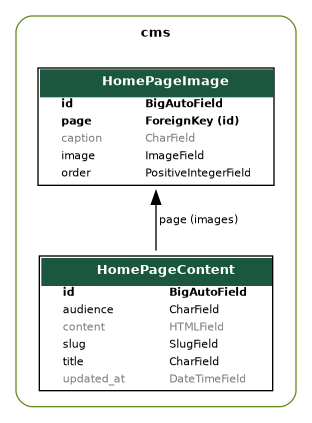
Above: cms/docs/cms.png in pietbarber/Manage2Soar (Graphviz), before the change. Its source is kept beside it as cms/docs/cms.dot.
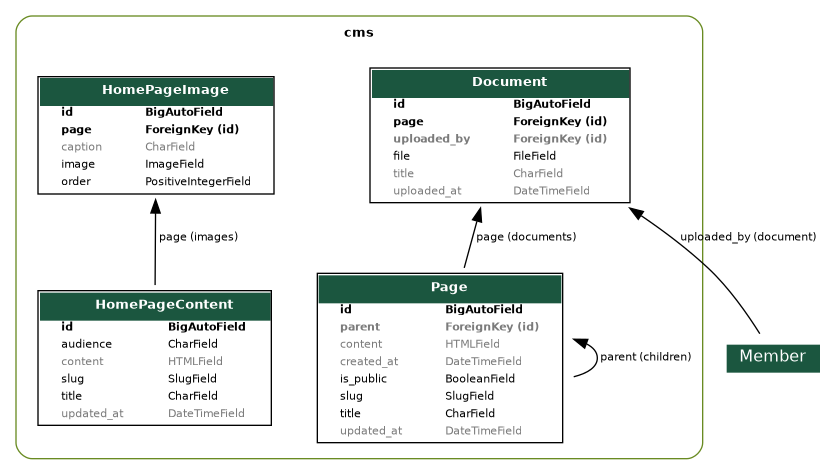
After the change.

Change to the diagram source:
```diff
@@ -29,6 +29,138 @@
           >
     color=olivedrab4
     style="rounded"
+
+    cms_models_Page [label=<
+      <TABLE BGCOLOR="white" BORDER="1" CELLBORDER="0" CELLSPACING="0">
+      <TR><TD COLSPAN="2" CELLPADDING="5" ALIGN="CENTER" BGCOLOR="#1b563f">
+      <FONT FACE="Roboto" COLOR="white" POINT-SIZE="10"><B>
+      Page
+      </B></FONT></TD></TR>
+
+
+      <TR><TD ALIGN="LEFT" BORDER="0">
+      <FONT FACE="Roboto"><B>id</B></FONT>
+      </TD><TD ALIGN="LEFT">
+      <FONT FACE="Roboto"><B>BigAutoField</B></FONT>
+      </TD></TR>
+
+
+
+      <TR><TD ALIGN="LEFT" BORDER="0">
+      <FONT COLOR="#7B7B7B" FACE="Roboto"><B>parent</B></FONT>
+      </TD><TD ALIGN="LEFT">
+      <FONT COLOR="#7B7B7B" FACE="Roboto"><B>ForeignKey (id)</B></FONT>
+      </TD></TR>
+
+
+
+      <TR><TD ALIGN="LEFT" BORDER="0">
+      <FONT COLOR="#7B7B7B" FACE="Roboto">content</FONT>
+      </TD><TD ALIGN="LEFT">
+      <FONT COLOR="#7B7B7B" FACE="Roboto">HTMLField</FONT>
+      </TD></TR>
+
+
+
+      <TR><TD ALIGN="LEFT" BORDER="0">
+      <FONT COLOR="#7B7B7B" FACE="Roboto">created_at</FONT>
+      </TD><TD ALIGN="LEFT">
+      <FONT COLOR="#7B7B7B" FACE="Roboto">DateTimeField</FONT>
+      </TD></TR>
+
+
+
+      <TR><TD ALIGN="LEFT" BORDER="0">
+      <FONT FACE="Roboto">is_public</FONT>
+      </TD><TD ALIGN="LEFT">
+      <FONT FACE="Roboto">BooleanField</FONT>
+      </TD></TR>
+
+
+
+      <TR><TD ALIGN="LEFT" BORDER="0">
+      <FONT FACE="Roboto">slug</FONT>
+      </TD><TD ALIGN="LEFT">
+      <FONT FACE="Roboto">SlugField</FONT>
+      </TD></TR>
+
+
+
+      <TR><TD ALIGN="LEFT" BORDER="0">
+      <FONT FACE="Roboto">title</FONT>
+      </TD><TD ALIGN="LEFT">
+      <FONT FACE="Roboto">CharField</FONT>
+      </TD></TR>
+
+
+
+      <TR><TD ALIGN="LEFT" BORDER="0">
+      <FONT COLOR="#7B7B7B" FACE="Roboto">updated_at</FONT>
+      </TD><TD ALIGN="LEFT">
+      <FONT COLOR="#7B7B7B" FACE="Roboto">DateTimeField</FONT>
+      </TD></TR>
+
+
+      </TABLE>
+      >]
+
+    cms_models_Document [label=<
+      <TABLE BGCOLOR="white" BORDER="1" CELLBORDER="0" CELLSPACING="0">
+      <TR><TD COLSPAN="2" CELLPADDING="5" ALIGN="CENTER" BGCOLOR="#1b563f">
+      <FONT FACE="Roboto" COLOR="white" POINT-SIZE="10"><B>
+      Document
+      </B></FONT></TD></TR>
+
+
+      <TR><TD ALIGN="LEFT" BORDER="0">
+      <FONT FACE="Roboto"><B>id</B></FONT>
+      </TD><TD ALIGN="LEFT">
+      <FONT FACE="Roboto"><B>BigAutoField</B></FONT>
+      </TD></TR>
+
+
+
+      <TR><TD ALIGN="LEFT" BORDER="0">
+      <FONT FACE="Roboto"><B>page</B></FONT>
+      </TD><TD ALIGN="LEFT">
+      <FONT FACE="Roboto"><B>ForeignKey (id)</B></FONT>
+      </TD></TR>
+
+
+
+      <TR><TD ALIGN="LEFT" BORDER="0">
+      <FONT COLOR="#7B7B7B" FACE="Roboto"><B>uploaded_by</B></FONT>
+      </TD><TD ALIGN="LEFT">
+      <FONT COLOR="#7B7B7B" FACE="Roboto"><B>ForeignKey (id)</B></FONT>
+      </TD></TR>
+
+
+
+      <TR><TD ALIGN="LEFT" BORDER="0">
+      <FONT FACE="Roboto">file</FONT>
+      </TD><TD ALIGN="LEFT">
+      <FONT FACE="Roboto">FileField</FONT>
+      </TD></TR>
+
+
+
+      <TR><TD ALIGN="LEFT" BORDER="0">
+      <FONT COLOR="#7B7B7B" FACE="Roboto">title</FONT>
+      </TD><TD ALIGN="LEFT">
+      <FONT COLOR="#7B7B7B" FACE="Roboto">CharField</FONT>
+      </TD></TR>
+
+
+
+      <TR><TD ALIGN="LEFT" BORDER="0">
+      <FONT COLOR="#7B7B7B" FACE="Roboto">uploaded_at</FONT>
+      </TD><TD ALIGN="LEFT">
+      <FONT COLOR="#7B7B7B" FACE="Roboto">DateTimeField</FONT>
+      </TD></TR>
+
+
+      </TABLE>
+      >]
 
     cms_models_HomePageContent [label=<
       <TABLE BGCOLOR="white" BORDER="1" CELLBORDER="0" CELLSPACING="0">
@@ -142,6 +274,21 @@
 
 
 
+  cms_models_Page -> cms_models_Page
+  [label=" parent (children)"] [arrowhead=none, arrowtail=normal, dir=both];
+
+  cms_models_Document -> cms_models_Page
+  [label=" page (documents)"] [arrowhead=none, arrowtail=normal, dir=both];
+  members_models_Member [label=<
+  <TABLE BGCOLOR="white" BORDER="0" CELLBORDER="0" CELLSPACING="0">
+  <TR><TD COLSPAN="2" CELLPADDING="4" ALIGN="CENTER" BGCOLOR="#1b563f">
+  <FONT FACE="Roboto" POINT-SIZE="12" COLOR="white">Member</FONT>
+  </TD></TR>
+  </TABLE>
+  >]
+  cms_models_Document -> members_models_Member
+  [label=" uploaded_by (document)"] [arrowhead=none, arrowtail=normal, dir=both];
+
   cms_models_HomePageImage -> cms_models_HomePageContent
   [label=" page (images)"] [arrowhead=none, arrowtail=normal, dir=both];
 
```
